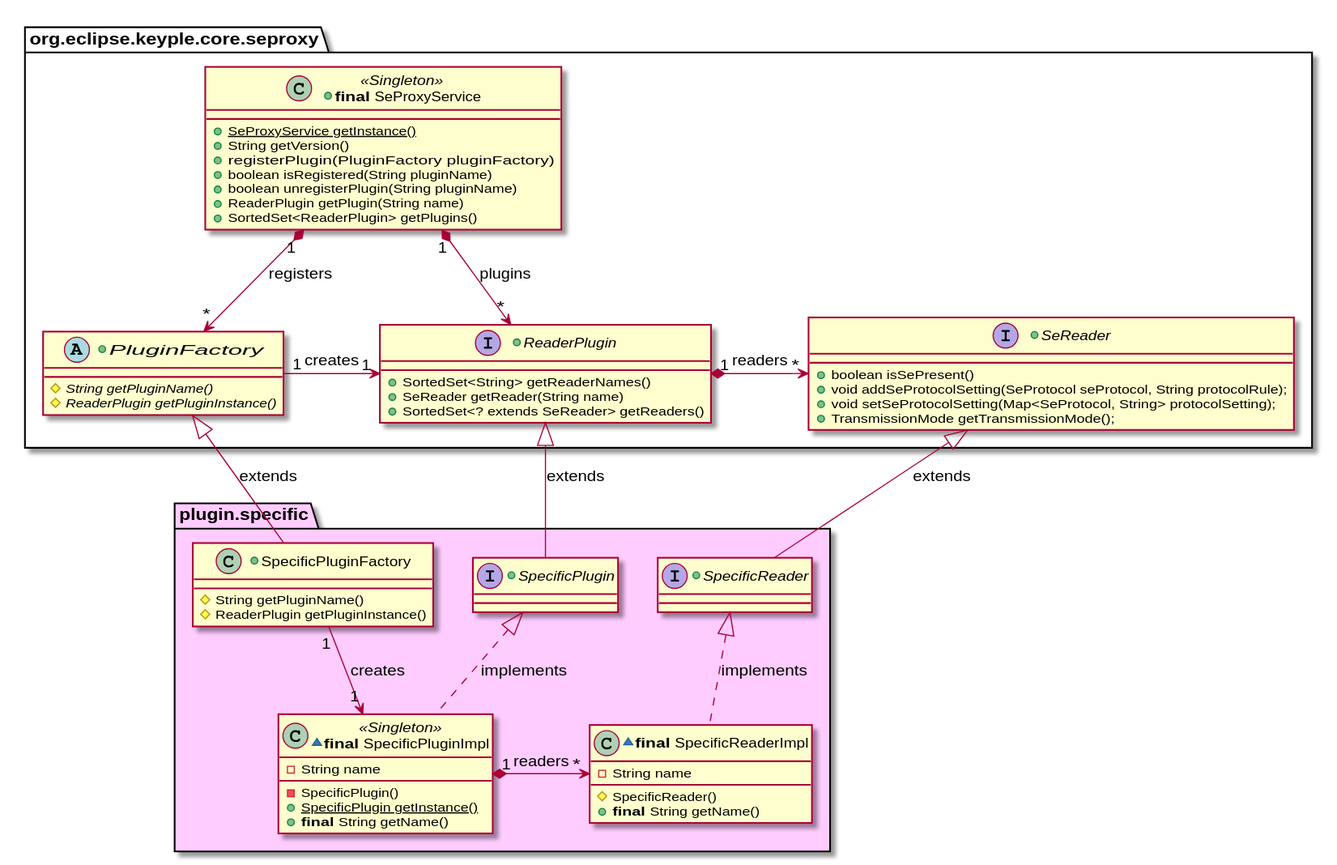
eclipse-keyple/keyple-java keeps this PlantUML diagram as docs/img/KeypleCore-1-SE_Proxy-PluginSetting.svg. Above is the earlier version.
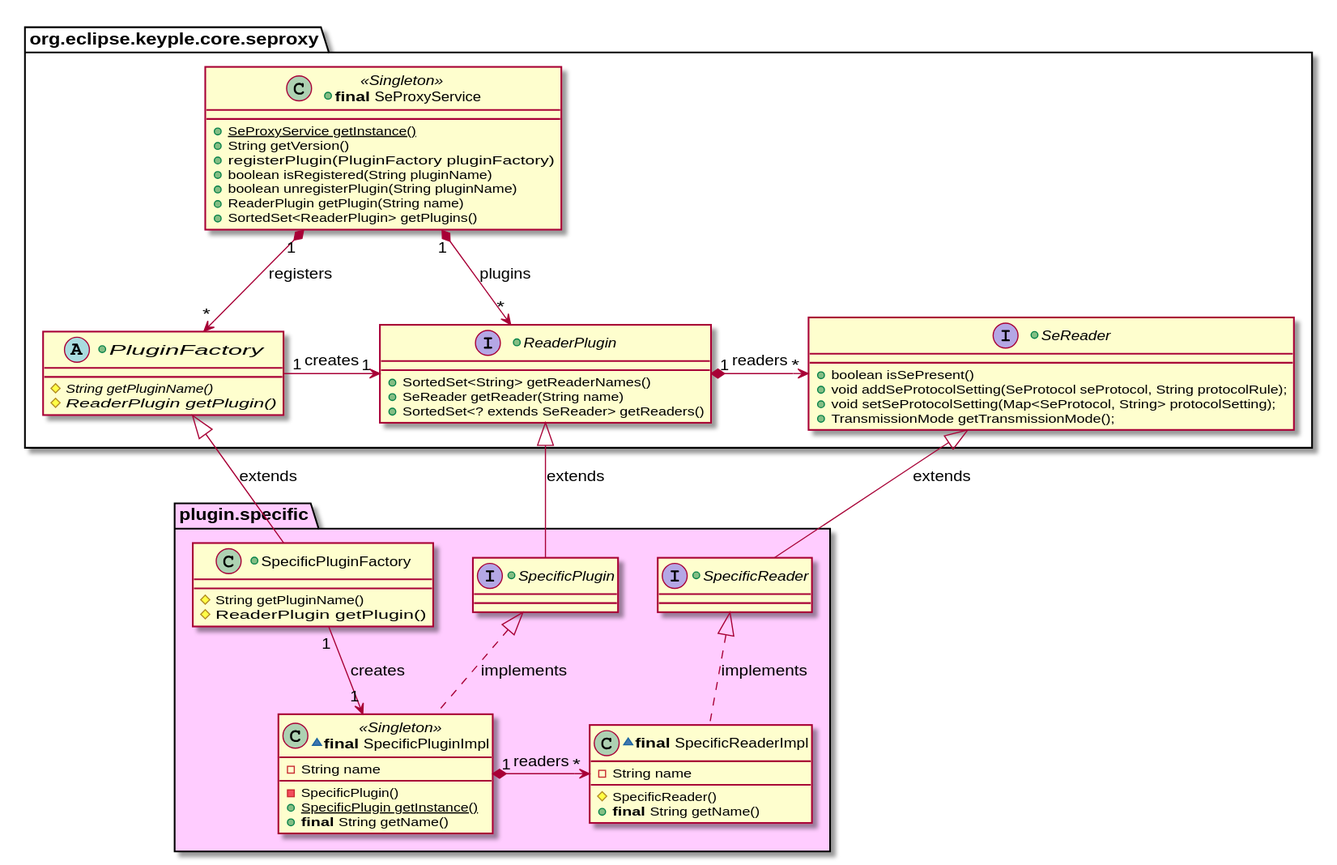
Later version of the same file.

What changed in the source:
```diff
@@ -13,7 +13,7 @@
 
 +abstract PluginFactory {
 	{abstract} #String getPluginName()
-	{abstract} #ReaderPlugin getPluginInstance()
+	{abstract} #ReaderPlugin getPlugin()
 }
 
 +interface ReaderPlugin {
@@ -39,7 +39,7 @@
 
 +class SpecificPluginFactory {
 	#String getPluginName()
-	#ReaderPlugin getPluginInstance()
+	#ReaderPlugin getPlugin()
 }
 
 +interface SpecificPlugin {
```
